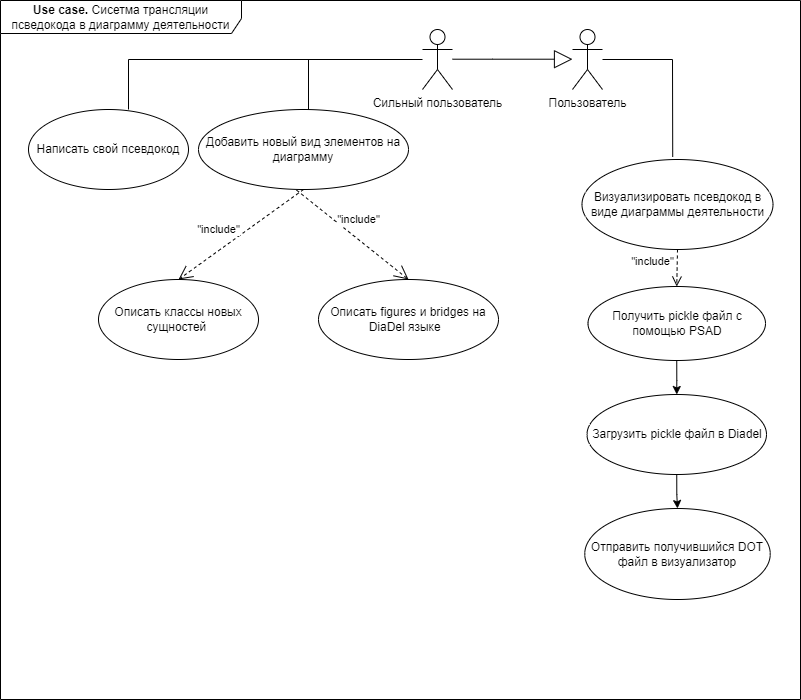
This is docs/img/usecase.png from IMZolin/PSAD, a draw.io export, as it was before one commit. Source tidied: cells renumbered, new cells last; positions are measured from the earlier drawing's top-left corner, leaving out a move shared by most shapes. Its diagram source:
```xml
<mxGraphModel background="#FFFFFF">
  <root>
    <mxCell id="0" />
    <mxCell id="1" parent="0" />
    <mxCell id="2" value="Пользователь" style="shape=umlActor;verticalLabelPosition=bottom;verticalAlign=top;html=1;" parent="1" vertex="1">
      <mxGeometry x="572" y="29" width="30" height="60" as="geometry" />
    </mxCell>
    <mxCell id="3" value="Сильный пользователь" style="shape=umlActor;verticalLabelPosition=bottom;verticalAlign=top;html=1;" parent="1" vertex="1">
      <mxGeometry x="422" y="29" width="30" height="60" as="geometry" />
    </mxCell>
    <mxCell id="4" value="Визуализировать псевдокод в виде диаграммы деятельности" style="ellipse;whiteSpace=wrap;html=1;" parent="1" vertex="1">
      <mxGeometry x="581.5" y="159" width="191" height="90" as="geometry" />
    </mxCell>
    <mxCell id="5" style="endArrow=none;html=1;rounded=0;entryX=0.475;entryY=-0.029;entryDx=0;entryDy=0;entryPerimeter=0;" parent="1" edge="1" source="2" target="4">
      <mxGeometry relative="1" as="geometry">
        <Array as="points">
          <mxPoint x="672" y="59" />
        </Array>
      </mxGeometry>
    </mxCell>
    <mxCell id="6" style="edgeStyle=orthogonalEdgeStyle;rounded=0;jettySize=auto;html=1;entryX=0.5;entryY=0;entryDx=0;entryDy=0;" parent="1" edge="1" source="7" target="20">
      <mxGeometry relative="1" as="geometry" />
    </mxCell>
    <mxCell id="7" value="Получить pickle файл с помощью PSAD" style="ellipse;whiteSpace=wrap;html=1;" parent="1" vertex="1">
      <mxGeometry x="587.5" y="286" width="177.5" height="74" as="geometry" />
    </mxCell>
    <mxCell id="8" value="&quot;include&quot;" style="html=1;verticalAlign=bottom;endArrow=open;dashed=1;endSize=8;curved=0;rounded=0;exitX=0.5;exitY=1;exitDx=0;exitDy=0;entryX=0.5;entryY=0;entryDx=0;entryDy=0;" parent="1" edge="1" source="4" target="7">
      <mxGeometry x="0.2" y="-25" relative="1" as="geometry" />
    </mxCell>
    <mxCell id="9" value="Отправить получившийся DOT файл в визуализатор" style="ellipse;whiteSpace=wrap;html=1;" parent="1" vertex="1">
      <mxGeometry x="584.2" y="508" width="185.5" height="91" as="geometry" />
    </mxCell>
    <mxCell id="10" style="endArrow=block;endSize=16;endFill=0;html=1;rounded=0;" parent="1" edge="1">
      <mxGeometry relative="1" as="geometry">
        <mxPoint x="452" y="58.7" as="sourcePoint" />
        <mxPoint x="572" y="58.7" as="targetPoint" />
        <Array as="points">
          <mxPoint x="492" y="58.7" />
        </Array>
      </mxGeometry>
    </mxCell>
    <mxCell id="11" value="Написать свой псевдокод" style="ellipse;whiteSpace=wrap;html=1;" parent="1" vertex="1">
      <mxGeometry x="28" y="109" width="160" height="80" as="geometry" />
    </mxCell>
    <mxCell id="12" value="Добавить новый вид элементов на диаграмму" style="ellipse;whiteSpace=wrap;html=1;" parent="1" vertex="1">
      <mxGeometry x="198" y="109" width="210" height="80" as="geometry" />
    </mxCell>
    <mxCell id="13" style="shape=partialRectangle;whiteSpace=wrap;html=1;bottom=0;right=0;fillColor=none;" parent="1" vertex="1">
      <mxGeometry x="308" y="59" width="114" height="50" as="geometry" />
    </mxCell>
    <mxCell id="14" style="shape=partialRectangle;whiteSpace=wrap;html=1;bottom=0;right=0;fillColor=none;" parent="1" vertex="1">
      <mxGeometry x="128" y="59" width="200" height="50" as="geometry" />
    </mxCell>
    <mxCell id="15" value="Описать классы новых сущностей&amp;nbsp;" style="ellipse;whiteSpace=wrap;html=1;" parent="1" vertex="1">
      <mxGeometry x="98" y="279" width="160" height="80" as="geometry" />
    </mxCell>
    <mxCell id="16" value="Описать figures и bridges на DiaDel языке&amp;nbsp;&amp;nbsp;" style="ellipse;whiteSpace=wrap;html=1;" parent="1" vertex="1">
      <mxGeometry x="318" y="279" width="180" height="80" as="geometry" />
    </mxCell>
    <mxCell id="17" value="&quot;include&quot;" style="endArrow=open;endSize=12;dashed=1;html=1;rounded=0;entryX=0.5;entryY=0;entryDx=0;entryDy=0;exitX=0.467;exitY=1.008;exitDx=0;exitDy=0;exitPerimeter=0;" parent="1" edge="1" source="12" target="16">
      <mxGeometry x="-0.07" y="16" relative="1" as="geometry" />
    </mxCell>
    <mxCell id="18" value="&quot;include&quot;" style="endArrow=open;endSize=12;dashed=1;html=1;rounded=0;exitX=0.5;exitY=1;exitDx=0;exitDy=0;entryX=0.5;entryY=0;entryDx=0;entryDy=0;" parent="1" edge="1" source="12" target="15">
      <mxGeometry x="0.2" y="-17" relative="1" as="geometry" />
    </mxCell>
    <mxCell id="19" style="edgeStyle=orthogonalEdgeStyle;rounded=0;jettySize=auto;html=1;exitX=0.5;exitY=1;exitDx=0;exitDy=0;" parent="1" edge="1" source="20" target="9">
      <mxGeometry relative="1" as="geometry" />
    </mxCell>
    <mxCell id="20" value="Загрузить pickle файл в Diadel" style="ellipse;whiteSpace=wrap;html=1;" parent="1" vertex="1">
      <mxGeometry x="586.5" y="394" width="179.5" height="80" as="geometry" />
    </mxCell>
    <mxCell id="21" value="&lt;b&gt;Use case.&amp;nbsp;&lt;/b&gt;Сисетма трансляции псведокода в диаграмму деятельности" style="shape=umlFrame;whiteSpace=wrap;html=1;width=241;height=33;" parent="1" vertex="1">
      <mxGeometry width="800" height="699" as="geometry" />
    </mxCell>
  </root>
</mxGraphModel>
```
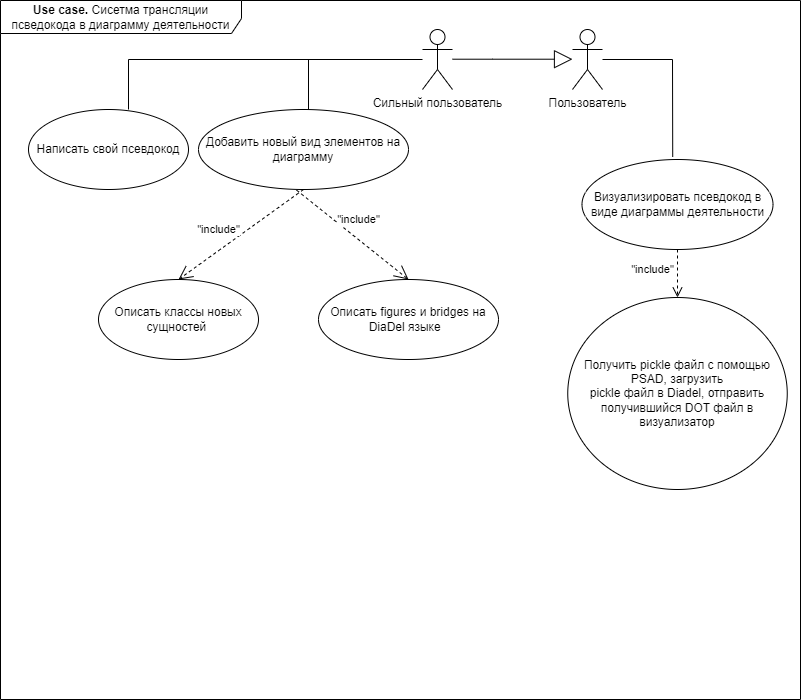
Above is the later version.

The edit, as a diff of the source:
```diff
@@ -18,18 +18,12 @@
         </Array>
       </mxGeometry>
     </mxCell>
-    <mxCell id="6" style="edgeStyle=orthogonalEdgeStyle;rounded=0;jettySize=auto;html=1;entryX=0.5;entryY=0;entryDx=0;entryDy=0;" parent="1" edge="1" source="7" target="20">
-      <mxGeometry relative="1" as="geometry" />
-    </mxCell>
-    <mxCell id="7" value="Получить pickle файл с помощью PSAD" style="ellipse;whiteSpace=wrap;html=1;" parent="1" vertex="1">
-      <mxGeometry x="587.5" y="286" width="177.5" height="74" as="geometry" />
+    <mxCell id="7" value="Получить pickle файл с помощью PSAD, загрузить &lt;br&gt;pickle файл в Diadel, отправить получившийся DOT файл в визуализатор" style="ellipse;whiteSpace=wrap;html=1;" parent="1" vertex="1">
+      <mxGeometry x="567.2" y="297" width="219.5" height="192" as="geometry" />
     </mxCell>
     <mxCell id="8" value="&quot;include&quot;" style="html=1;verticalAlign=bottom;endArrow=open;dashed=1;endSize=8;curved=0;rounded=0;exitX=0.5;exitY=1;exitDx=0;exitDy=0;entryX=0.5;entryY=0;entryDx=0;entryDy=0;" parent="1" edge="1" source="4" target="7">
       <mxGeometry x="0.2" y="-25" relative="1" as="geometry" />
     </mxCell>
-    <mxCell id="9" value="Отправить получившийся DOT файл в визуализатор" style="ellipse;whiteSpace=wrap;html=1;" parent="1" vertex="1">
-      <mxGeometry x="584.2" y="508" width="185.5" height="91" as="geometry" />
-    </mxCell>
     <mxCell id="10" style="endArrow=block;endSize=16;endFill=0;html=1;rounded=0;" parent="1" edge="1">
       <mxGeometry relative="1" as="geometry">
         <mxPoint x="452" y="58.7" as="sourcePoint" />
@@ -63,12 +57,6 @@
     <mxCell id="18" value="&quot;include&quot;" style="endArrow=open;endSize=12;dashed=1;html=1;rounded=0;exitX=0.5;exitY=1;exitDx=0;exitDy=0;entryX=0.5;entryY=0;entryDx=0;entryDy=0;" parent="1" edge="1" source="12" target="15">
       <mxGeometry x="0.2" y="-17" relative="1" as="geometry" />
     </mxCell>
-    <mxCell id="19" style="edgeStyle=orthogonalEdgeStyle;rounded=0;jettySize=auto;html=1;exitX=0.5;exitY=1;exitDx=0;exitDy=0;" parent="1" edge="1" source="20" target="9">
-      <mxGeometry relative="1" as="geometry" />
-    </mxCell>
-    <mxCell id="20" value="Загрузить pickle файл в Diadel" style="ellipse;whiteSpace=wrap;html=1;" parent="1" vertex="1">
-      <mxGeometry x="586.5" y="394" width="179.5" height="80" as="geometry" />
-    </mxCell>
     <mxCell id="21" value="&lt;b&gt;Use case.&amp;nbsp;&lt;/b&gt;Сисетма трансляции псведокода в диаграмму деятельности" style="shape=umlFrame;whiteSpace=wrap;html=1;width=241;height=33;" parent="1" vertex="1">
       <mxGeometry width="800" height="699" as="geometry" />
     </mxCell>
```
